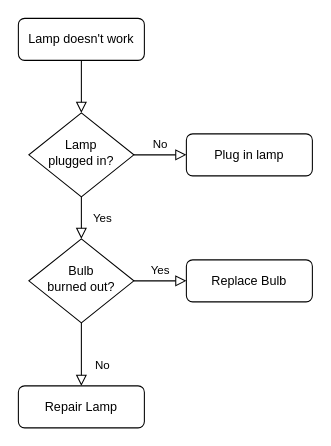
Earlier version of the draw.io diagram 未命名绘图.drawio (chiclaim/mydraw-my). Source tidied: cells renumbered, new cells numbered last; positions are measured from the earlier drawing's top-left corner, leaving out a move shared by most shapes. Both pictures are drawn from the tidied source at 105%, with x=0, y=0 at pixel (18, 18).
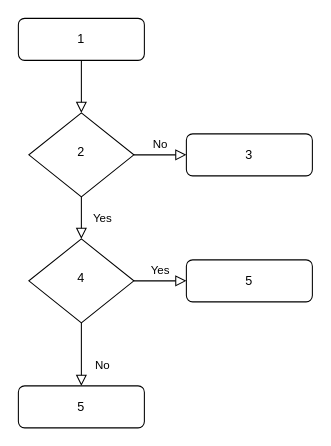
Above is the later version.

The edit, as a diff of the source:
```diff
@@
 <mxGraphModel>
   <root>
     <mxCell id="0" />
     <mxCell id="1" parent="0" />
     <mxCell id="2" style="rounded=0;html=1;jettySize=auto;fontSize=11;endArrow=block;endFill=0;endSize=8;strokeWidth=1;shadow=0;labelBackgroundColor=none;edgeStyle=orthogonalEdgeStyle;" parent="1" edge="1" source="3" target="6">
       <mxGeometry relative="1" as="geometry" />
     </mxCell>
-    <mxCell id="3" value="Lamp doesn't work" style="rounded=1;whiteSpace=wrap;html=1;fontSize=12;glass=0;strokeWidth=1;shadow=0;" parent="1" vertex="1">
+    <mxCell id="3" value="1" style="rounded=1;whiteSpace=wrap;html=1;fontSize=12;glass=0;strokeWidth=1;shadow=0;" parent="1" vertex="1">
       <mxGeometry width="120" height="40" as="geometry" />
     </mxCell>
     <mxCell id="4" value="Yes" style="rounded=0;html=1;jettySize=auto;fontSize=11;endArrow=block;endFill=0;endSize=8;strokeWidth=1;shadow=0;labelBackgroundColor=none;edgeStyle=orthogonalEdgeStyle;" parent="1" edge="1" source="6" target="10">
       <mxGeometry y="20" relative="1" as="geometry" />
     </mxCell>
     <mxCell id="5" value="No" style="edgeStyle=orthogonalEdgeStyle;rounded=0;html=1;jettySize=auto;fontSize=11;endArrow=block;endFill=0;endSize=8;strokeWidth=1;shadow=0;labelBackgroundColor=none;" parent="1" edge="1" source="6" target="7">
       <mxGeometry y="10" relative="1" as="geometry" />
     </mxCell>
-    <mxCell id="6" value="Lamp&lt;br&gt;plugged in?" style="rhombus;whiteSpace=wrap;html=1;shadow=0;fontFamily=Helvetica;fontSize=12;align=center;strokeWidth=1;spacing=6;spacingTop=-4;" parent="1" vertex="1">
+    <mxCell id="6" value="2" style="rhombus;whiteSpace=wrap;html=1;shadow=0;fontFamily=Helvetica;fontSize=12;align=center;strokeWidth=1;spacing=6;spacingTop=-4;" parent="1" vertex="1">
       <mxGeometry x="10" y="90" width="100" height="80" as="geometry" />
     </mxCell>
-    <mxCell id="7" value="Plug in lamp" style="rounded=1;whiteSpace=wrap;html=1;fontSize=12;glass=0;strokeWidth=1;shadow=0;" parent="1" vertex="1">
+    <mxCell id="7" value="3" style="rounded=1;whiteSpace=wrap;html=1;fontSize=12;glass=0;strokeWidth=1;shadow=0;" parent="1" vertex="1">
       <mxGeometry x="160" y="110" width="120" height="40" as="geometry" />
     </mxCell>
     <mxCell id="8" value="No" style="rounded=0;html=1;jettySize=auto;fontSize=11;endArrow=block;endFill=0;endSize=8;strokeWidth=1;shadow=0;labelBackgroundColor=none;edgeStyle=orthogonalEdgeStyle;" parent="1" edge="1" source="10" target="11">
       <mxGeometry x="0.33" y="20" relative="1" as="geometry" />
     </mxCell>
     <mxCell id="9" value="Yes" style="edgeStyle=orthogonalEdgeStyle;rounded=0;html=1;jettySize=auto;fontSize=11;endArrow=block;endFill=0;endSize=8;strokeWidth=1;shadow=0;labelBackgroundColor=none;" parent="1" edge="1" source="10" target="12">
       <mxGeometry y="10" relative="1" as="geometry" />
     </mxCell>
-    <mxCell id="10" value="Bulb&lt;br&gt;burned out?" style="rhombus;whiteSpace=wrap;html=1;shadow=0;fontFamily=Helvetica;fontSize=12;align=center;strokeWidth=1;spacing=6;spacingTop=-4;" parent="1" vertex="1">
+    <mxCell id="10" value="4" style="rhombus;whiteSpace=wrap;html=1;shadow=0;fontFamily=Helvetica;fontSize=12;align=center;strokeWidth=1;spacing=6;spacingTop=-4;" parent="1" vertex="1">
       <mxGeometry x="10" y="210" width="100" height="80" as="geometry" />
     </mxCell>
-    <mxCell id="11" value="Repair Lamp" style="rounded=1;whiteSpace=wrap;html=1;fontSize=12;glass=0;strokeWidth=1;shadow=0;" parent="1" vertex="1">
+    <mxCell id="11" value="5" style="rounded=1;whiteSpace=wrap;html=1;fontSize=12;glass=0;strokeWidth=1;shadow=0;" parent="1" vertex="1">
       <mxGeometry y="350" width="120" height="40" as="geometry" />
     </mxCell>
-    <mxCell id="12" value="Replace Bulb" style="rounded=1;whiteSpace=wrap;html=1;fontSize=12;glass=0;strokeWidth=1;shadow=0;" parent="1" vertex="1">
+    <mxCell id="12" value="5" style="rounded=1;whiteSpace=wrap;html=1;fontSize=12;glass=0;strokeWidth=1;shadow=0;" parent="1" vertex="1">
       <mxGeometry x="160" y="230" width="120" height="40" as="geometry" />
     </mxCell>
   </root>
 </mxGraphModel>
```
